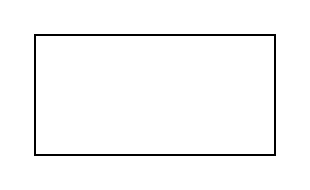
The draw.io diagram test.drawio in xylon888/draw, before the edit. Source tidied: cells renumbered, new cells numbered last; positions are measured from the earlier drawing's top-left corner, leaving out a move shared by most shapes. Both pictures are drawn from the tidied source at 200%, with x=0, y=0 at pixel (34, 34).
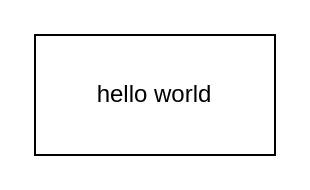
Above is the later version.

The edit, as a diff of the source:
```diff
@@
 <mxGraphModel>
   <root>
     <mxCell id="0" />
     <mxCell id="1" parent="0" />
-    <mxCell id="2" style="rounded=0;whiteSpace=wrap;html=1;" parent="1" vertex="1">
+    <mxCell id="2" value="hello world" style="rounded=0;whiteSpace=wrap;html=1;" parent="1" vertex="1">
       <mxGeometry width="120" height="60" as="geometry" />
     </mxCell>
   </root>
 </mxGraphModel>
```
